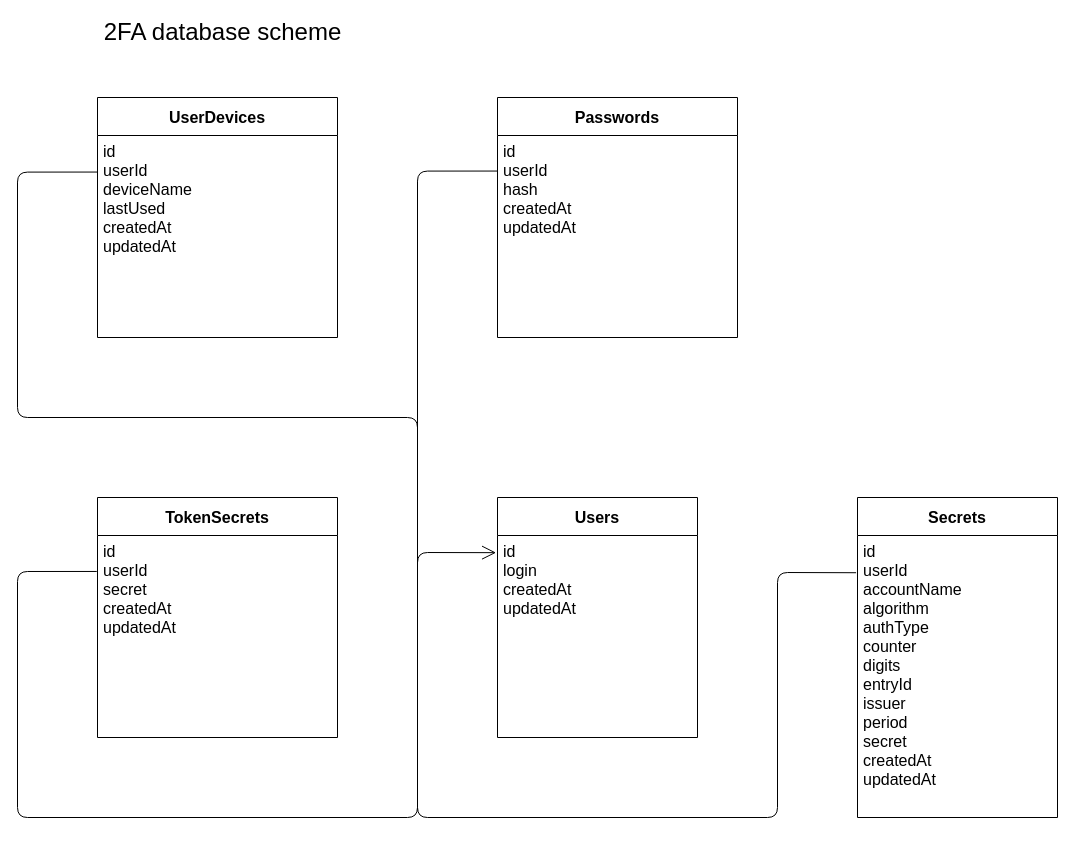
Before: 2fa-database.drawio in peterdee/2fa-backend, a draw.io diagram. Source tidied: cells renumbered, new cells numbered last; positions are measured from the earlier drawing's top-left corner, leaving out a move shared by most shapes. Both pictures are drawn from the tidied source at 100%, with x=0, y=0 at pixel (17, 17).
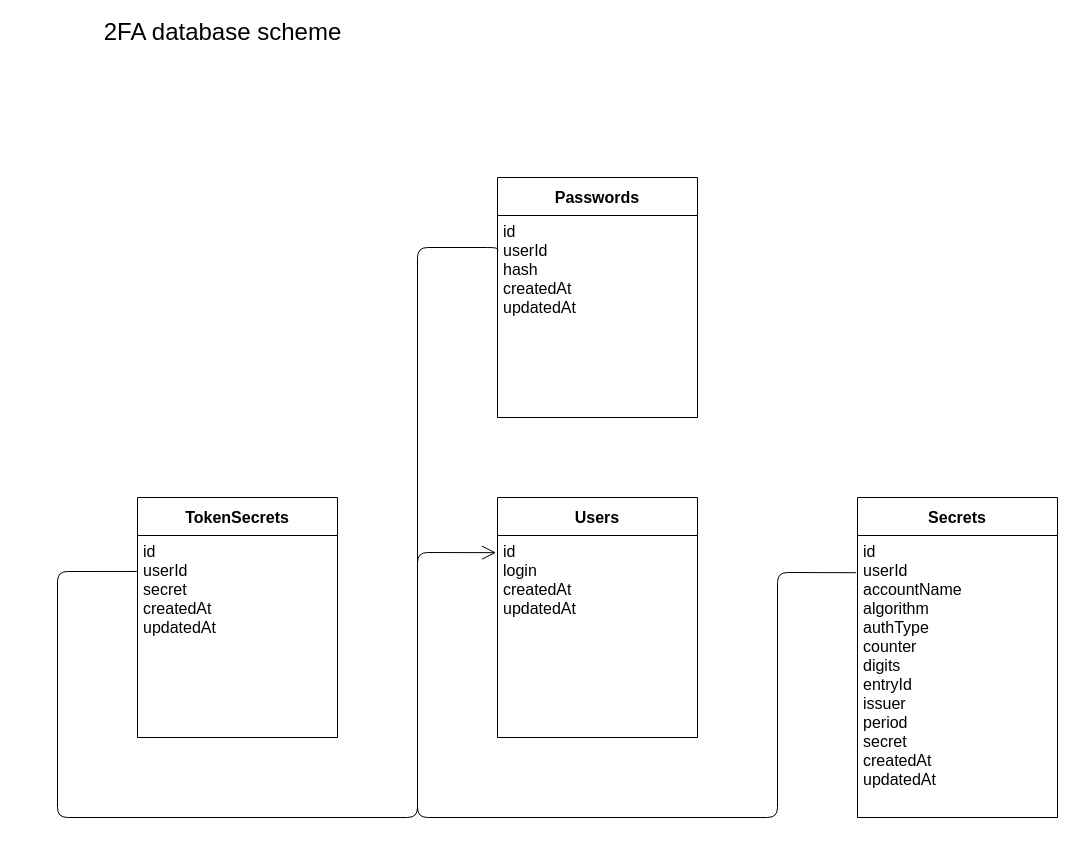
Above is the later version.

Commit message (it also covers changes not shown here):
Update database scheme, work on Profile APIs

What changed in the source:
```diff
@@
     <mxCell id="7" value="TokenSecrets" style="swimlane;fontStyle=1;horizontal=1;startSize=38;glass=0;rounded=0;comic=0;shadow=0;fontSize=16;align=center;" parent="1" vertex="1">
-      <mxGeometry x="80" y="480" width="240" height="240" as="geometry" />
+      <mxGeometry x="120" y="480" width="200" height="240" as="geometry" />
     </mxCell>
     <mxCell id="8" value="id&#10;userId&#10;secret&#10;createdAt&#10;updatedAt" style="text;align=left;verticalAlign=top;spacingLeft=4;spacingRight=4;overflow=hidden;points=[[0,0.5],[1,0.5]];portConstraint=eastwest;fontSize=16;" parent="7" vertex="1">
-      <mxGeometry y="38" width="240" height="202" as="geometry" />
+      <mxGeometry y="38" width="200" height="202" as="geometry" />
     </mxCell>
     <mxCell id="9" style="endArrow=none;html=1;edgeStyle=orthogonalEdgeStyle;fontSize=16;exitX=-0.003;exitY=0.178;exitDx=0;exitDy=0;exitPerimeter=0;" parent="1" edge="1" source="8">
       <mxGeometry relative="1" as="geometry">
         <mxPoint x="400" y="690" as="targetPoint" />
         <Array as="points">
-          <mxPoint y="554" />
-          <mxPoint y="800" />
+          <mxPoint x="40" y="554" />
+          <mxPoint x="40" y="800" />
           <mxPoint x="400" y="800" />
         </Array>
       </mxGeometry>
     </mxCell>
-    <mxCell id="10" value="UserDevices" style="swimlane;fontStyle=1;horizontal=1;startSize=38;glass=0;rounded=0;comic=0;shadow=0;fontSize=16;align=center;" parent="1" vertex="1">
-      <mxGeometry x="80" y="80" width="240" height="240" as="geometry" />
-    </mxCell>
-    <mxCell id="11" value="id&#10;userId&#10;deviceName&#10;lastUsed&#10;createdAt&#10;updatedAt" style="text;align=left;verticalAlign=top;spacingLeft=4;spacingRight=4;overflow=hidden;points=[[0,0.5],[1,0.5]];portConstraint=eastwest;fontSize=16;" parent="10" vertex="1">
-      <mxGeometry y="38" width="240" height="202" as="geometry" />
-    </mxCell>
     <mxCell id="12" value="Passwords" style="swimlane;fontStyle=1;horizontal=1;startSize=38;glass=0;rounded=0;comic=0;shadow=0;fontSize=16;align=center;" parent="1" vertex="1">
-      <mxGeometry x="480" y="80" width="240" height="240" as="geometry" />
+      <mxGeometry x="480" y="160" width="200" height="240" as="geometry" />
     </mxCell>
     <mxCell id="13" value="id&#10;userId&#10;hash&#10;createdAt&#10;updatedAt" style="text;align=left;verticalAlign=top;spacingLeft=4;spacingRight=4;overflow=hidden;points=[[0,0.5],[1,0.5]];portConstraint=eastwest;fontSize=16;" parent="12" vertex="1">
-      <mxGeometry y="38" width="240" height="202" as="geometry" />
+      <mxGeometry y="38" width="200" height="202" as="geometry" />
     </mxCell>
-    <mxCell id="14" style="endArrow=none;html=1;edgeStyle=orthogonalEdgeStyle;fontSize=16;exitX=-0.001;exitY=0.181;exitDx=0;exitDy=0;exitPerimeter=0;" parent="1" edge="1" source="11">
-      <mxGeometry relative="1" as="geometry">
-        <mxPoint x="400" y="550" as="targetPoint" />
-        <Array as="points">
-          <mxPoint y="155" />
-          <mxPoint y="400" />
-          <mxPoint x="400" y="400" />
-        </Array>
-      </mxGeometry>
-    </mxCell>
     <mxCell id="15" style="endArrow=none;html=1;edgeStyle=orthogonalEdgeStyle;fontSize=16;exitX=0.001;exitY=0.176;exitDx=0;exitDy=0;exitPerimeter=0;" parent="1" edge="1" source="13">
       <mxGeometry relative="1" as="geometry">
-        <mxPoint x="400" y="420" as="targetPoint" />
+        <mxPoint x="400" y="580" as="targetPoint" />
         <Array as="points">
-          <mxPoint x="400" y="154" />
+          <mxPoint x="480" y="230" />
+          <mxPoint x="400" y="230" />
         </Array>
       </mxGeometry>
     </mxCell>
```
